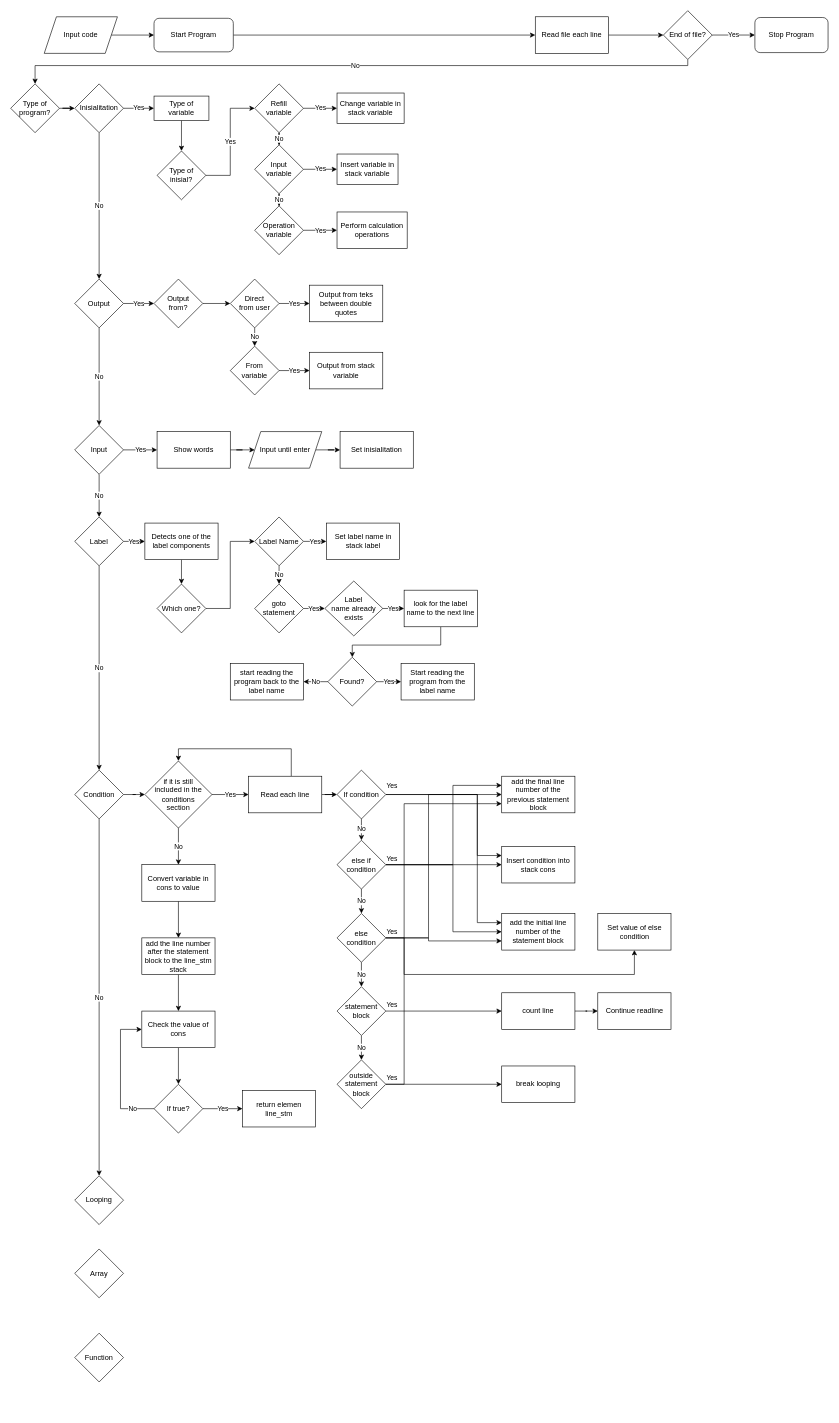
The draw.io diagram Flowchart.drawio in reeuze/Make-a-New-Language-Using-Python, before the edit. Source tidied: cells renumbered, new cells numbered last; positions are measured from the earlier drawing's top-left corner, leaving out a move shared by most shapes. Both pictures are drawn from the tidied source at 61%, with x=0, y=0 at pixel (10, 10).
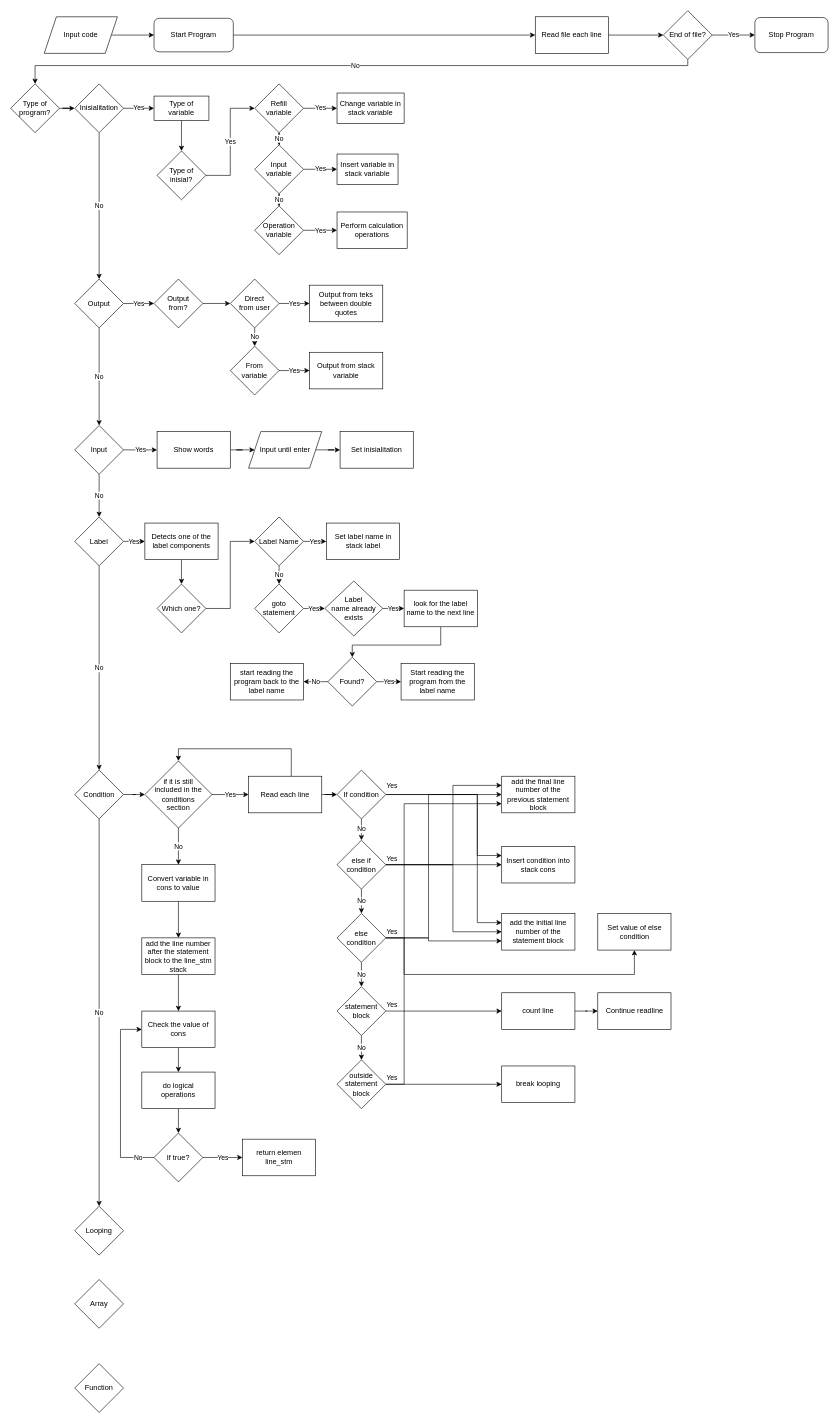
The same page after the edit.

Unchanged cells that the change refers to:
```xml
<mxCell id="119" value="Check the value of cons" style="rounded=0;whiteSpace=wrap;html=1;" parent="1" vertex="1">
  <mxGeometry x="215" y="1640" width="120" height="60" as="geometry" />
</mxCell>
```

Diff of the diagram source:
```diff
@@
     <mxCell id="27" value="Looping" style="rhombus;whiteSpace=wrap;html=1;" parent="1" vertex="1">
-      <mxGeometry x="105" y="1910" width="80" height="80" as="geometry" />
+      <mxGeometry x="105" y="1960" width="80" height="80" as="geometry" />
     </mxCell>
     <mxCell id="28" value="Array" style="rhombus;whiteSpace=wrap;html=1;" parent="1" vertex="1">
-      <mxGeometry x="105" y="2030" width="80" height="80" as="geometry" />
+      <mxGeometry x="105" y="2080" width="80" height="80" as="geometry" />
     </mxCell>
     <mxCell id="29" value="Function" style="rhombus;whiteSpace=wrap;html=1;" parent="1" vertex="1">
-      <mxGeometry x="105" y="2168" width="80" height="80" as="geometry" />
+      <mxGeometry x="105" y="2218" width="80" height="80" as="geometry" />
     </mxCell>
@@
-    <mxCell id="118" style="edgeStyle=orthogonalEdgeStyle;rounded=0;jettySize=auto;html=1;entryX=0.5;entryY=0;entryDx=0;entryDy=0;" parent="1" edge="1" source="119" target="122">
-      <mxGeometry relative="1" as="geometry" />
-    </mxCell>
+    <mxCell id="124" style="edgeStyle=orthogonalEdgeStyle;rounded=0;jettySize=auto;html=1;entryX=0.5;entryY=0;entryDx=0;entryDy=0;" parent="1" edge="1" source="119" target="126">
+      <mxGeometry relative="1" as="geometry" />
+    </mxCell>
@@
     <mxCell id="120" value="No" style="edgeStyle=orthogonalEdgeStyle;rounded=0;jettySize=auto;html=1;entryX=0;entryY=0.5;entryDx=0;entryDy=0;" parent="1" edge="1" source="122" target="119">
-      <mxGeometry x="-0.68" relative="1" as="geometry">
+      <mxGeometry x="-0.83" relative="1" as="geometry">
         <Array as="points">
-          <mxPoint x="180" y="1800" />
+          <mxPoint x="180" y="1880" />
           <mxPoint x="180" y="1670" />
         </Array>
       </mxGeometry>
     </mxCell>
@@
     <mxCell id="122" value="If true?" style="rhombus;whiteSpace=wrap;html=1;" parent="1" vertex="1">
-      <mxGeometry x="235" y="1760" width="80" height="80" as="geometry" />
+      <mxGeometry x="235" y="1840" width="80" height="80" as="geometry" />
     </mxCell>
     <mxCell id="123" value="return elemen line_stm" style="rounded=0;whiteSpace=wrap;html=1;" parent="1" vertex="1">
-      <mxGeometry x="380" y="1770" width="120" height="60" as="geometry" />
+      <mxGeometry x="380" y="1850" width="120" height="60" as="geometry" />
     </mxCell>
+    <mxCell id="125" style="edgeStyle=orthogonalEdgeStyle;rounded=0;jettySize=auto;html=1;entryX=0.5;entryY=0;entryDx=0;entryDy=0;" parent="1" edge="1" source="126" target="122">
+      <mxGeometry relative="1" as="geometry" />
+    </mxCell>
+    <mxCell id="126" value="do logical&lt;br&gt;operations" style="rounded=0;whiteSpace=wrap;html=1;" parent="1" vertex="1">
+      <mxGeometry x="215" y="1740" width="120" height="60" as="geometry" />
+    </mxCell>
```
